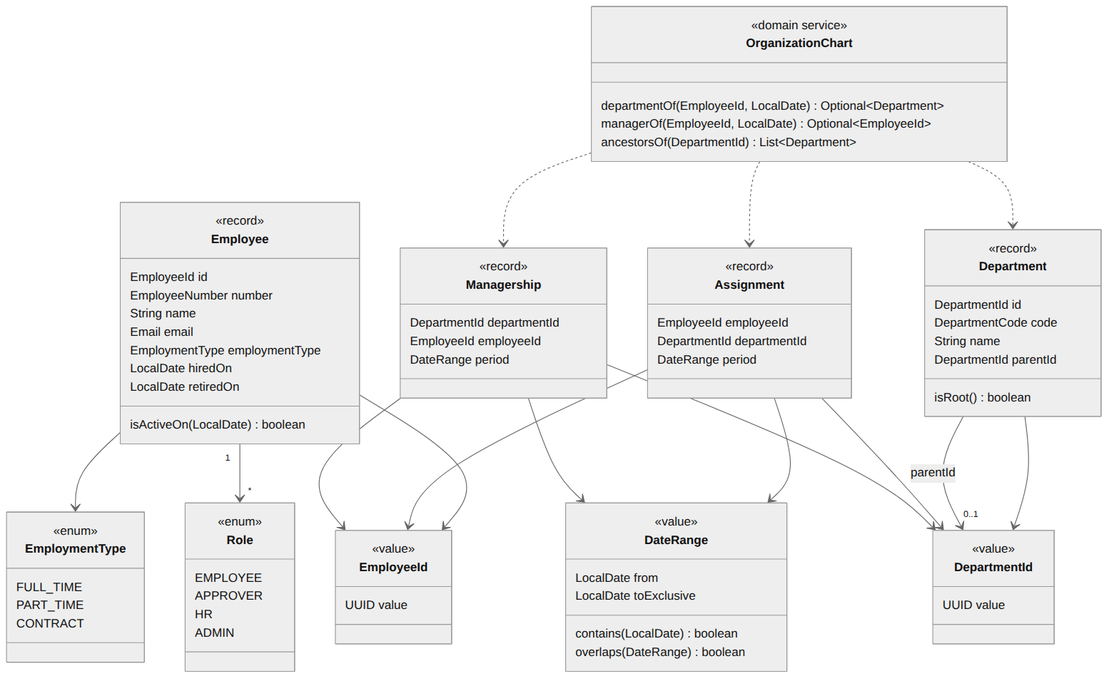
Earlier version of the Mermaid export doc/02_詳細設計/01_社員・組織/images/ドメインモデル.png (masaki-i02/newJavaProject). Its source is kept beside it as doc/02_詳細設計/01_社員・組織/diagrams/ドメインモデル.mmd. Source of this version:
```mermaid
classDiagram
    direction TB

    class EmployeeId {
        <<value>>
        UUID value
    }
    class Employee {
        <<record>>
        EmployeeId id
        EmployeeNumber number
        String name
        Email email
        EmploymentType employmentType
        LocalDate hiredOn
        LocalDate retiredOn
        isActiveOn(LocalDate) boolean
    }
    class EmploymentType {
        <<enum>>
        FULL_TIME
        PART_TIME
        CONTRACT
    }
    class Role {
        <<enum>>
        EMPLOYEE
        APPROVER
        HR
        ADMIN
    }
    class DepartmentId {
        <<value>>
        UUID value
    }
    class Department {
        <<record>>
        DepartmentId id
        DepartmentCode code
        String name
        DepartmentId parentId
        isRoot() boolean
    }
    class Assignment {
        <<record>>
        EmployeeId employeeId
        DepartmentId departmentId
        DateRange period
    }
    class Managership {
        <<record>>
        DepartmentId departmentId
        EmployeeId employeeId
        DateRange period
    }
    class DateRange {
        <<value>>
        LocalDate from
        LocalDate toExclusive
        contains(LocalDate) boolean
        overlaps(DateRange) boolean
    }
    class OrganizationChart {
        <<domain service>>
        departmentOf(EmployeeId, LocalDate) Optional~Department~
        managerOf(EmployeeId, LocalDate) Optional~EmployeeId~
        ancestorsOf(DepartmentId) List~Department~
    }

    Employee --> EmployeeId
    Employee --> EmploymentType
    Employee "1" --> "*" Role
    Department --> DepartmentId
    Department --> "0..1" DepartmentId : parentId
    Assignment --> EmployeeId
    Assignment --> DepartmentId
    Assignment --> DateRange
    Managership --> DepartmentId
    Managership --> EmployeeId
    Managership --> DateRange
    OrganizationChart ..> Assignment
    OrganizationChart ..> Managership
    OrganizationChart ..> Department
```
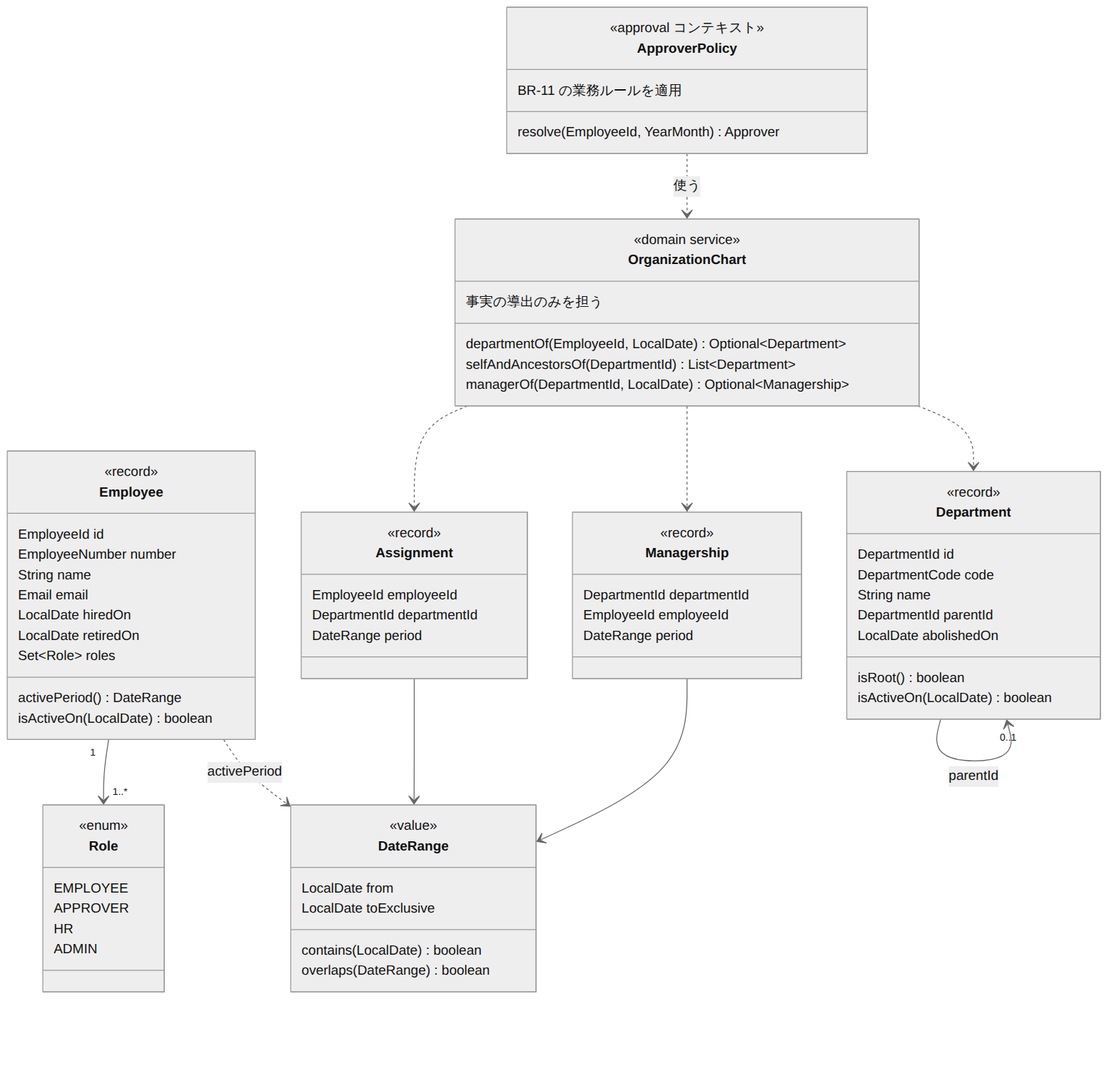
After the change.

The edit, as a diff of the source:
```diff
@@ -1,26 +1,17 @@
 classDiagram
     direction TB
 
-    class EmployeeId {
-        <<value>>
-        UUID value
-    }
     class Employee {
         <<record>>
         EmployeeId id
         EmployeeNumber number
         String name
         Email email
-        EmploymentType employmentType
         LocalDate hiredOn
         LocalDate retiredOn
+        Set~Role~ roles
+        activePeriod() DateRange
         isActiveOn(LocalDate) boolean
-    }
-    class EmploymentType {
-        <<enum>>
-        FULL_TIME
-        PART_TIME
-        CONTRACT
     }
     class Role {
         <<enum>>
@@ -29,17 +20,15 @@
         HR
         ADMIN
     }
-    class DepartmentId {
-        <<value>>
-        UUID value
-    }
     class Department {
         <<record>>
         DepartmentId id
         DepartmentCode code
         String name
         DepartmentId parentId
+        LocalDate abolishedOn
         isRoot() boolean
+        isActiveOn(LocalDate) boolean
     }
     class Assignment {
         <<record>>
@@ -62,22 +51,23 @@
     }
     class OrganizationChart {
         <<domain service>>
+        事実の導出のみを担う
         departmentOf(EmployeeId, LocalDate) Optional~Department~
-        managerOf(EmployeeId, LocalDate) Optional~EmployeeId~
-        ancestorsOf(DepartmentId) List~Department~
+        selfAndAncestorsOf(DepartmentId) List~Department~
+        managerOf(DepartmentId, LocalDate) Optional~Managership~
+    }
+    class ApproverPolicy {
+        <<approval コンテキスト>>
+        BR-11 の業務ルールを適用
+        resolve(EmployeeId, YearMonth) Approver
     }
 
-    Employee --> EmployeeId
-    Employee --> EmploymentType
-    Employee "1" --> "*" Role
-    Department --> DepartmentId
-    Department --> "0..1" DepartmentId : parentId
-    Assignment --> EmployeeId
-    Assignment --> DepartmentId
+    Employee "1" --> "1..*" Role
+    Employee ..> DateRange : activePeriod
+    Department --> "0..1" Department : parentId
     Assignment --> DateRange
-    Managership --> DepartmentId
-    Managership --> EmployeeId
     Managership --> DateRange
     OrganizationChart ..> Assignment
     OrganizationChart ..> Managership
     OrganizationChart ..> Department
+    ApproverPolicy ..> OrganizationChart : 使う
```
